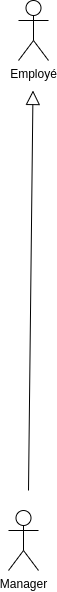
This is static/Diagramme de cas d'utilisation.drawio.png from Siluearsene/borne_biometrique, a draw.io export, as it was before one commit. Source tidied: cells renumbered, new cells last; positions are measured from the earlier drawing's top-left corner, leaving out a move shared by most shapes.
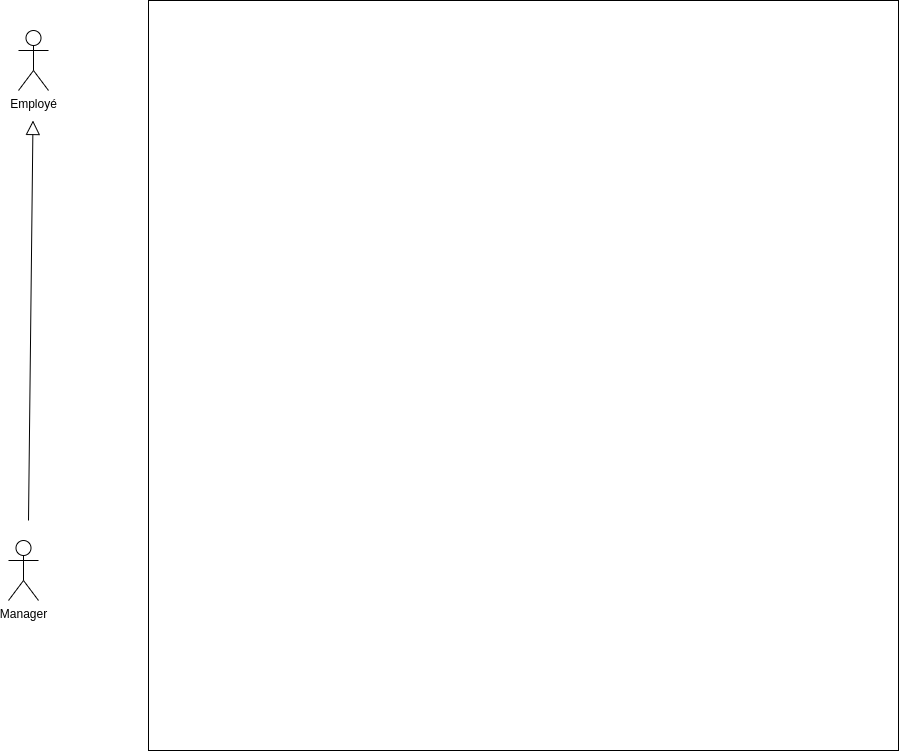
The same diagram one commit later.

Commit message:
Mettre à jour Diagramme de cas d'utilisation.drawio.png

Diff of the diagram source:
```diff
@@ -14,5 +14,8 @@
         <mxPoint x="24.5" y="90" as="targetPoint" />
       </mxGeometry>
     </mxCell>
+    <mxCell id="5" style="whiteSpace=wrap;html=1;" parent="1" vertex="1">
+      <mxGeometry x="140" y="-30" width="750" height="750" as="geometry" />
+    </mxCell>
   </root>
 </mxGraphModel>
```
